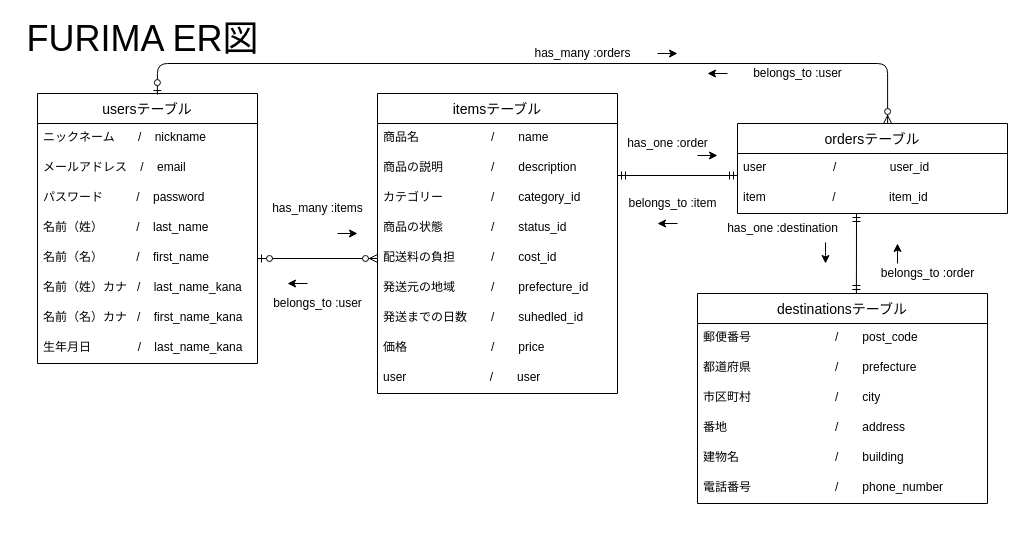
Above: test.dio in UzTk4/furima-38183 (draw.io), before the change. Source tidied: cells renumbered, new cells numbered last; positions are measured from the earlier drawing's top-left corner, leaving out a move shared by most shapes. Both pictures are drawn from the tidied source at 100%, with x=0, y=0 at pixel (17, 23).
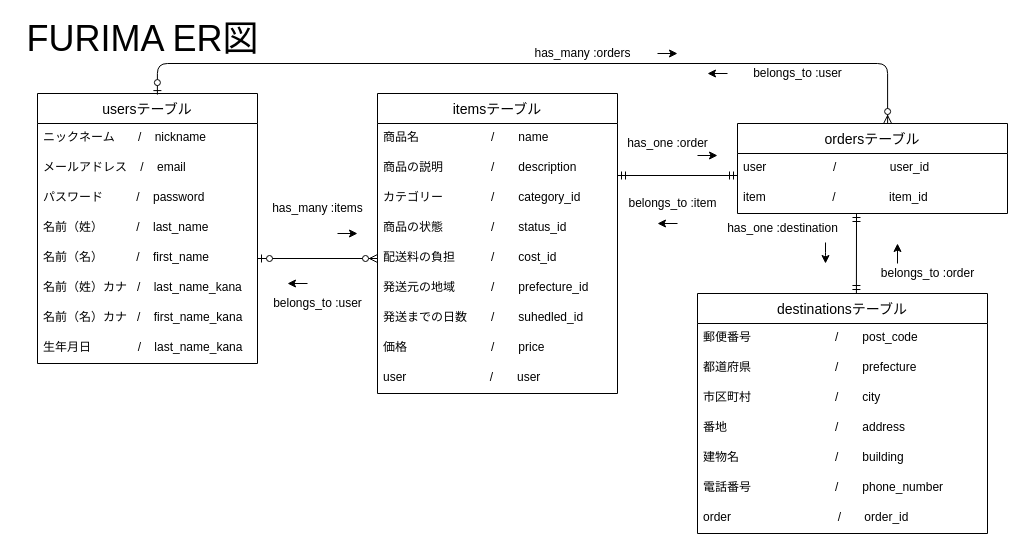
Above is the later version.

Commit message (it also covers changes not shown here):
外部キーカラムの追加

Diff of the diagram source:
```diff
@@
     <mxCell id="22" value="destinationsテーブル" style="swimlane;fontStyle=0;horizontal=1;startSize=30;align=center;fontSize=14;" parent="1" vertex="1">
-      <mxGeometry x="680" y="270" width="290" height="210" as="geometry" />
+      <mxGeometry x="680" y="270" width="290" height="240" as="geometry" />
     </mxCell>
@@
+    <mxCell id="52" value="order                                /       order_id" style="text;strokeColor=none;fillColor=none;spacingLeft=4;spacingRight=4;overflow=hidden;fontSize=12;" parent="22" vertex="1">
+      <mxGeometry y="210" width="290" height="30" as="geometry" />
+    </mxCell>
```
